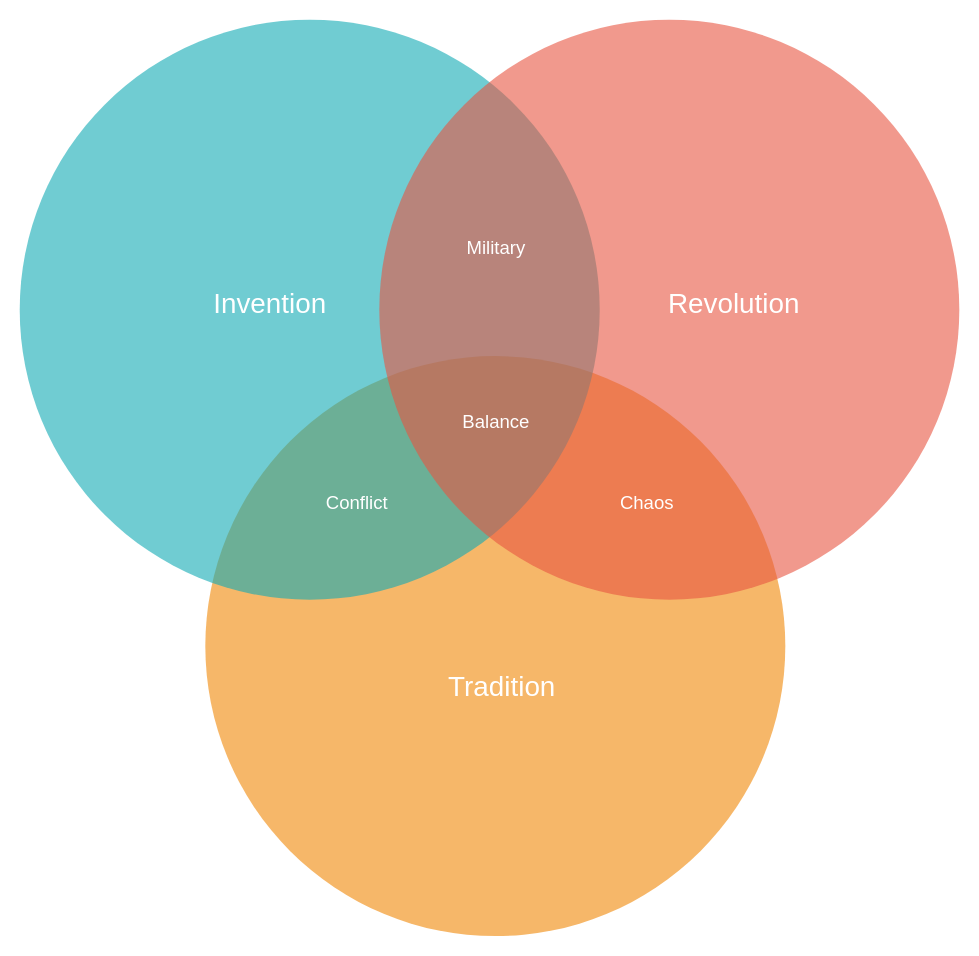
Above: Untitled Diagram.drawio in cmlztrk/cmlztrk (draw.io), before the change. Source tidied: cells renumbered, new cells numbered last; positions are measured from the earlier drawing's top-left corner, leaving out a move shared by most shapes. Both pictures are drawn from the tidied source at 116%, with x=0, y=0 at pixel (20, 19).
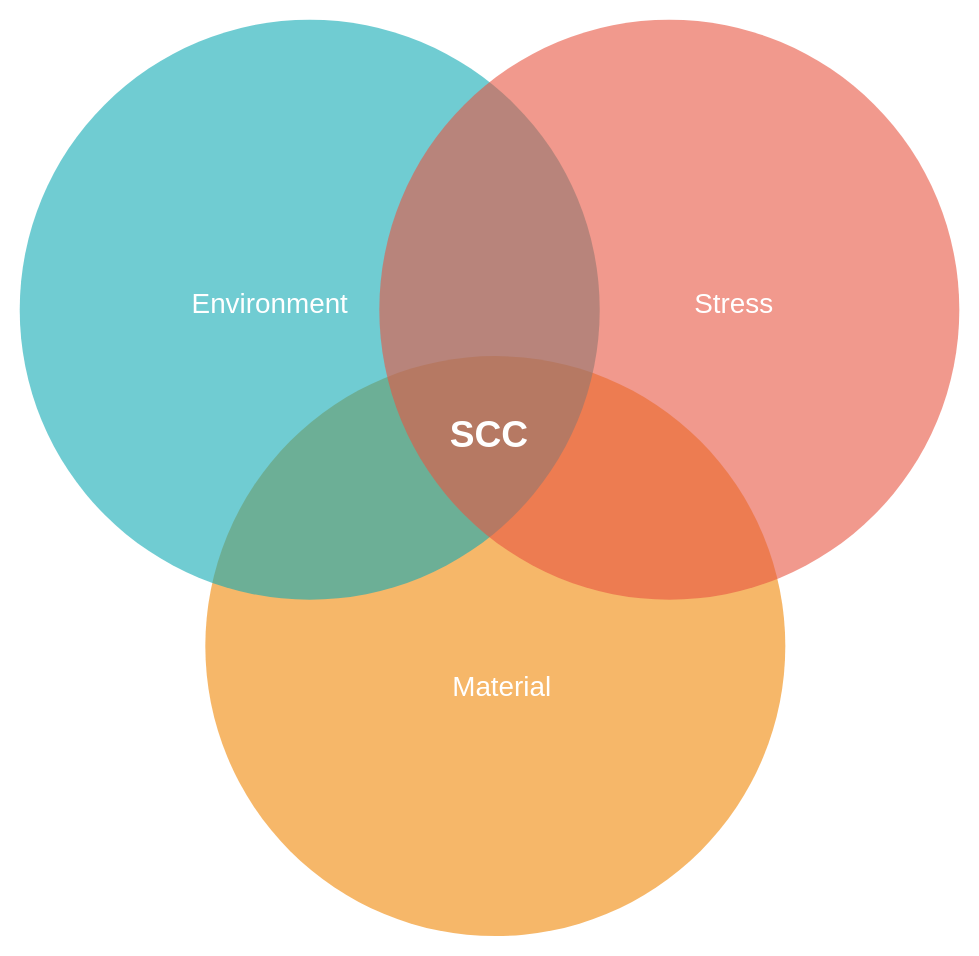
The same page after the edit.

What changed in the source:
```diff
@@
 <mxGraphModel>
   <root>
     <mxCell id="0" />
     <mxCell id="1" parent="0" />
     <mxCell id="2" style="ellipse;fillColor=#F08705;opacity=60;strokeColor=none;html=1;fontColor=#FFFFFF;" parent="1" vertex="1">
       <mxGeometry x="159.5" y="290.5" width="500" height="500" as="geometry" />
     </mxCell>
     <mxCell id="3" style="ellipse;fillColor=#12AAB5;opacity=60;strokeColor=none;html=1;fontColor=#FFFFFF;" parent="1" vertex="1">
       <mxGeometry x="-0.5" y="0.5" width="500" height="500" as="geometry" />
     </mxCell>
     <mxCell id="4" style="ellipse;fillColor=#e85642;opacity=60;strokeColor=none;html=1;fontColor=#FFFFFF;" parent="1" vertex="1">
       <mxGeometry x="309.5" y="0.5" width="500" height="500" as="geometry" />
     </mxCell>
-    <mxCell id="5" value="Invention" style="text;fontSize=24;align=center;verticalAlign=middle;html=1;fontColor=#FFFFFF;" parent="1" vertex="1">
+    <mxCell id="5" value="Environment" style="text;fontSize=24;align=center;verticalAlign=middle;html=1;fontColor=#FFFFFF;" parent="1" vertex="1">
       <mxGeometry x="119.5" y="210.5" width="190" height="70" as="geometry" />
     </mxCell>
-    <mxCell id="6" value="Revolution" style="text;fontSize=24;align=center;verticalAlign=middle;html=1;fontColor=#FFFFFF;" parent="1" vertex="1">
+    <mxCell id="6" value="Stress" style="text;fontSize=24;align=center;verticalAlign=middle;html=1;fontColor=#FFFFFF;" parent="1" vertex="1">
       <mxGeometry x="519.5" y="210.5" width="190" height="70" as="geometry" />
     </mxCell>
-    <mxCell id="7" value="Tradition" style="text;fontSize=24;align=center;verticalAlign=middle;html=1;fontColor=#FFFFFF;" parent="1" vertex="1">
+    <mxCell id="7" value="Material" style="text;fontSize=24;align=center;verticalAlign=middle;html=1;fontColor=#FFFFFF;" parent="1" vertex="1">
       <mxGeometry x="319.5" y="540.5" width="190" height="70" as="geometry" />
     </mxCell>
-    <mxCell id="8" value="Military" style="text;align=center;html=1;fontColor=#FFFFFF;fontSize=16;" parent="1" vertex="1">
-      <mxGeometry x="389.5" y="180.5" width="40" height="40" as="geometry" />
-    </mxCell>
-    <mxCell id="9" value="Conflict" style="text;align=center;html=1;fontColor=#FFFFFF;fontSize=16;" parent="1" vertex="1">
-      <mxGeometry x="269.5" y="400.5" width="40" height="40" as="geometry" />
-    </mxCell>
-    <mxCell id="10" value="Chaos" style="text;align=center;html=1;fontColor=#FFFFFF;fontSize=16;" parent="1" vertex="1">
-      <mxGeometry x="519.5" y="400.5" width="40" height="40" as="geometry" />
-    </mxCell>
-    <mxCell id="11" value="Balance" style="text;align=center;html=1;fontColor=#FFFFFF;fontSize=16;" parent="1" vertex="1">
-      <mxGeometry x="389.5" y="330.5" width="40" height="40" as="geometry" />
+    <mxCell id="11" value="&lt;font style=&quot;font-size: 32px;&quot;&gt;&lt;b&gt;SCC&lt;/b&gt;&lt;/font&gt;" style="text;align=center;html=1;fontColor=#FFFFFF;fontSize=16;" parent="1" vertex="1">
+      <mxGeometry x="364" y="332" width="80.5" height="58.5" as="geometry" />
     </mxCell>
   </root>
 </mxGraphModel>
```
